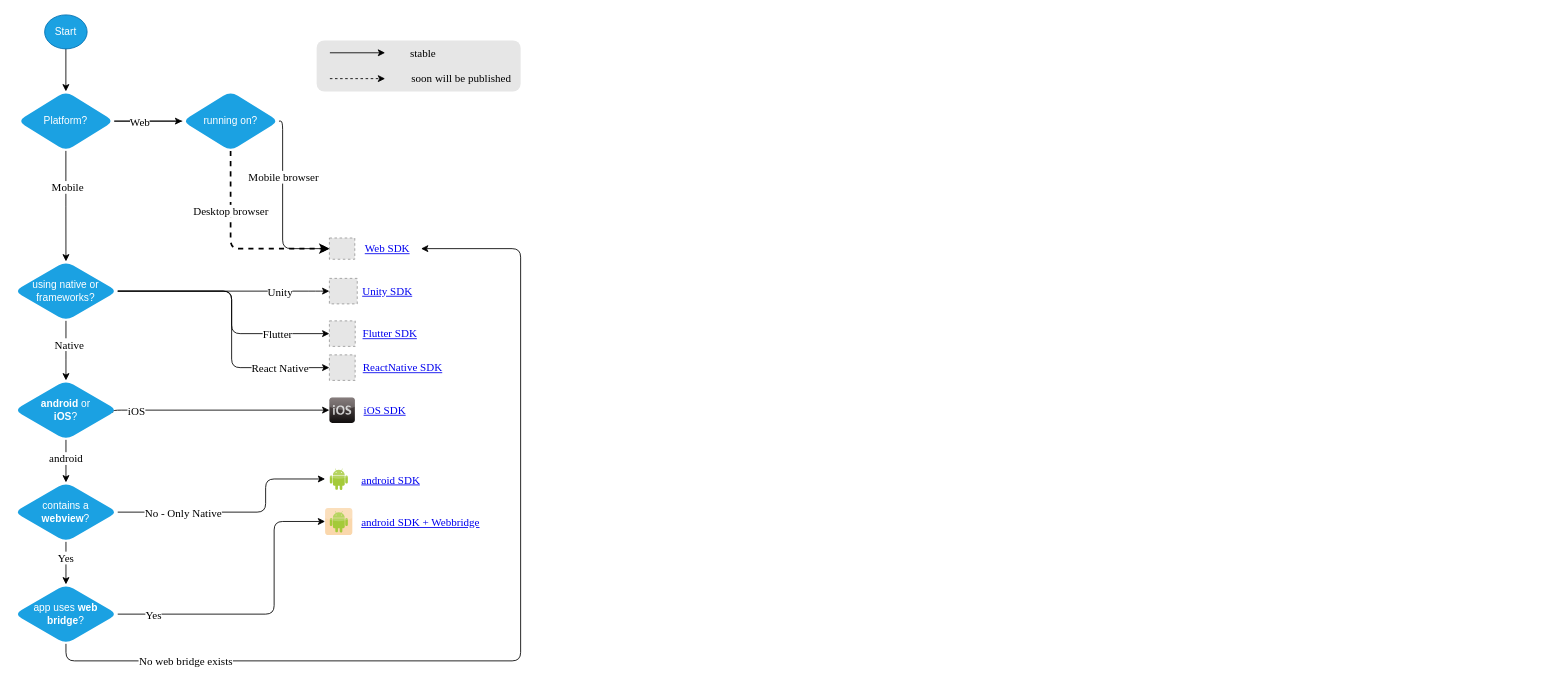
Earlier version of the draw.io diagram files/sdk-selection-diagram.drawio (adtrace/AdTrace-Home). Source tidied: cells renumbered, new cells numbered last; positions are measured from the earlier drawing's top-left corner, leaving out a move shared by most shapes. Both pictures are drawn from the tidied source at 85%, with x=0, y=0 at pixel (14, 14). Pictures stored in the file or linked from it are replaced by grey dashed boxes.
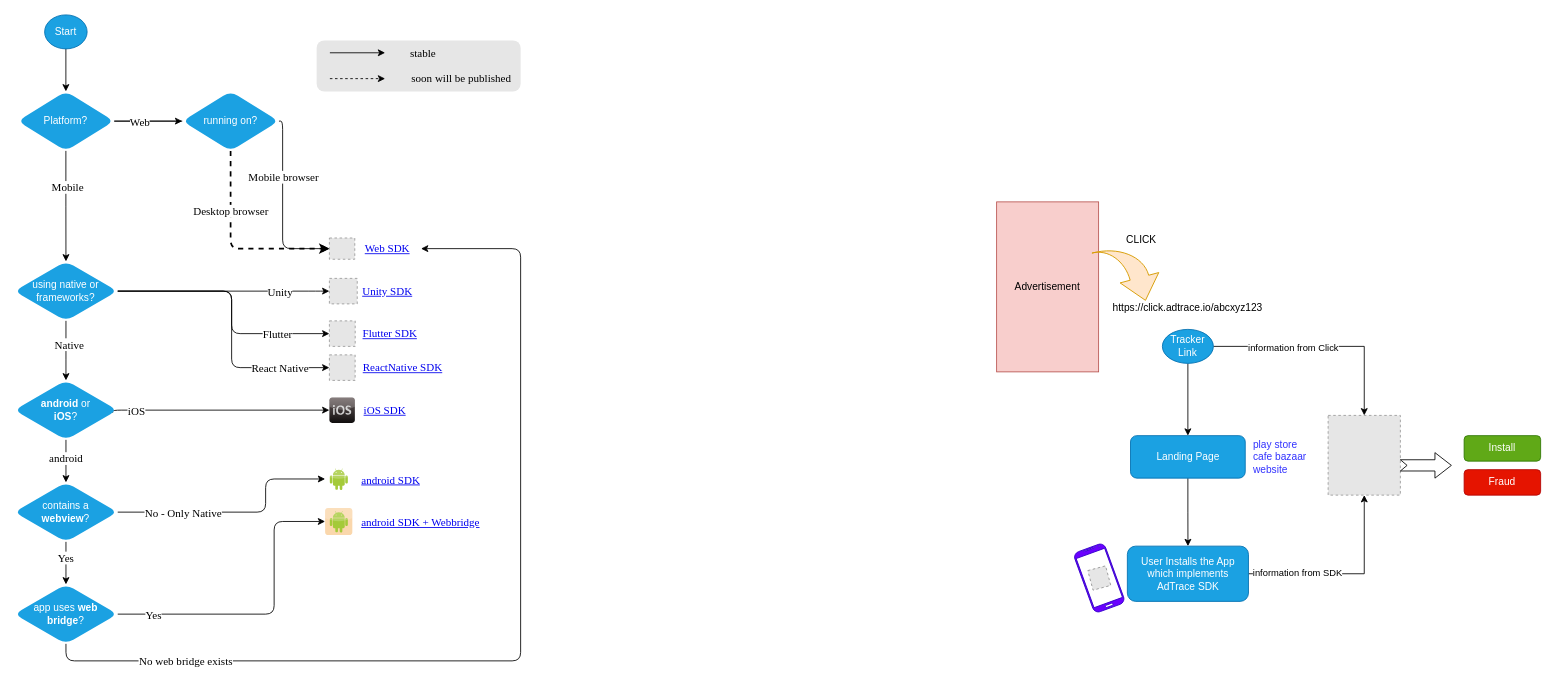
Above is the later version.

Commit message:
Update diagram for tracker

What changed in the source:
```diff
@@
+    <mxCell id="65" style="edgeStyle=orthogonalEdgeStyle;rounded=0;jettySize=auto;html=1;" parent="1" edge="1" source="68" target="74">
+      <mxGeometry relative="1" as="geometry" />
+    </mxCell>
+    <mxCell id="66" style="edgeStyle=orthogonalEdgeStyle;rounded=0;jettySize=auto;html=1;fontColor=#3333FF;" parent="1" edge="1" source="68" target="79">
+      <mxGeometry relative="1" as="geometry" />
+    </mxCell>
+    <mxCell id="67" value="information from Click" style="edgeLabel;html=1;align=center;verticalAlign=middle;fontColor=#000000;" parent="66" vertex="1">
+      <mxGeometry x="-0.28" y="-1" relative="1" as="geometry" />
+    </mxCell>
+    <mxCell id="68" value="Tracker Link" style="ellipse;whiteSpace=wrap;html=1;fillColor=#1ba1e2;fontColor=#ffffff;strokeColor=#006EAF;" parent="1" vertex="1">
+      <mxGeometry x="1351" y="370" width="60" height="40" as="geometry" />
+    </mxCell>
+    <mxCell id="69" value="Advertisement" style="rounded=0;whiteSpace=wrap;html=1;fillColor=#f8cecc;strokeColor=#b85450;" parent="1" vertex="1">
+      <mxGeometry x="1156" y="220" width="120" height="200" as="geometry" />
+    </mxCell>
+    <mxCell id="70" value="https://click.adtrace.io/abcxyz123" style="text;html=1;strokeColor=none;fillColor=none;align=center;verticalAlign=middle;whiteSpace=wrap;rounded=0;" parent="1" vertex="1">
+      <mxGeometry x="1276" y="330" width="210" height="30" as="geometry" />
+    </mxCell>
+    <mxCell id="71" style="html=1;shadow=0;dashed=0;align=center;verticalAlign=middle;shape=mxgraph.arrows2.jumpInArrow;dy=11.27;dx=27.54;arrowHead=47.07;rotation=75;fillColor=#ffe6cc;strokeColor=#d79b00;" parent="1" vertex="1">
+      <mxGeometry x="1276" y="270" width="70" height="70" as="geometry" />
+    </mxCell>
+    <mxCell id="72" value="CLICK" style="text;html=1;align=center;verticalAlign=middle;strokeColor=none;fillColor=none;" parent="1" vertex="1">
+      <mxGeometry x="1296" y="250" width="60" height="30" as="geometry" />
+    </mxCell>
+    <mxCell id="73" style="edgeStyle=orthogonalEdgeStyle;rounded=0;jettySize=auto;html=1;fontColor=#3333FF;" parent="1" edge="1" source="74" target="78">
+      <mxGeometry relative="1" as="geometry" />
+    </mxCell>
+    <mxCell id="74" value="Landing Page" style="rounded=1;whiteSpace=wrap;html=1;fillColor=#1ba1e2;strokeColor=#006EAF;fontColor=#ffffff;" parent="1" vertex="1">
+      <mxGeometry x="1313.5" y="495" width="135" height="50" as="geometry" />
+    </mxCell>
+    <mxCell id="75" value="&lt;div&gt;play store&lt;/div&gt;&lt;div&gt;cafe bazaar&lt;/div&gt;&lt;div&gt;website&lt;br&gt;&lt;/div&gt;" style="text;html=1;strokeColor=none;fillColor=none;align=left;verticalAlign=middle;whiteSpace=wrap;rounded=0;fontColor=#3333FF;" parent="1" vertex="1">
+      <mxGeometry x="1456" y="490" width="77.5" height="60" as="geometry" />
+    </mxCell>
+    <mxCell id="76" style="edgeStyle=orthogonalEdgeStyle;rounded=0;jettySize=auto;html=1;fontColor=#3333FF;" parent="1" edge="1" source="78" target="79">
+      <mxGeometry relative="1" as="geometry" />
+    </mxCell>
+    <mxCell id="77" value="information from SDK" style="edgeLabel;html=1;align=center;verticalAlign=middle;fontColor=#000000;" parent="76" vertex="1">
+      <mxGeometry x="-0.5" y="1" relative="1" as="geometry" />
+    </mxCell>
+    <mxCell id="78" value="User Installs the App which implements AdTrace SDK" style="rounded=1;whiteSpace=wrap;html=1;fillColor=#1ba1e2;strokeColor=#006EAF;fontColor=#ffffff;" parent="1" vertex="1">
+      <mxGeometry x="1309.8" y="625" width="142.5" height="65" as="geometry" />
+    </mxCell>
+    <mxCell id="79" style="fillColor=#E6E6E6;strokeColor=#999999;dashed=1;verticalLabelPosition=bottom;labelBackgroundColor=default;verticalAlign=top;" parent="1" vertex="1">
+      <mxGeometry x="1546" y="471.2" width="85" height="93.8" as="geometry" />
+    </mxCell>
+    <mxCell id="80" value="Install" style="rounded=1;whiteSpace=wrap;html=1;labelBackgroundColor=none;fontColor=#ffffff;fillColor=#60a917;strokeColor=#2D7600;" parent="1" vertex="1">
+      <mxGeometry x="1706" y="495" width="90" height="30" as="geometry" />
+    </mxCell>
+    <mxCell id="81" value="Fraud" style="rounded=1;whiteSpace=wrap;html=1;labelBackgroundColor=none;fontColor=#ffffff;fillColor=#e51400;strokeColor=#B20000;" parent="1" vertex="1">
+      <mxGeometry x="1706" y="535" width="90" height="30" as="geometry" />
+    </mxCell>
+    <mxCell id="82" style="html=1;shadow=0;dashed=0;align=center;verticalAlign=middle;shape=mxgraph.arrows2.arrow;dy=0.56;dx=19.33;notch=7.9;labelBackgroundColor=none;fontColor=#FFFFFF;" parent="1" vertex="1">
+      <mxGeometry x="1631" y="515" width="60" height="30" as="geometry" />
+    </mxCell>
+    <mxCell id="83" style="verticalLabelPosition=bottom;verticalAlign=top;html=1;shadow=0;dashed=0;strokeWidth=1;shape=mxgraph.android.phone2;strokeColor=#3700CC;labelBackgroundColor=none;fontColor=#ffffff;fillColor=#6a00ff;rotation=-20;" parent="1" vertex="1">
+      <mxGeometry x="1257.5" y="625" width="38.5" height="75" as="geometry" />
+    </mxCell>
+    <mxCell id="84" style="fillColor=#E6E6E6;strokeColor=#999999;dashed=1;verticalLabelPosition=bottom;labelBackgroundColor=default;verticalAlign=top;rotation=-15;" parent="1" vertex="1">
+      <mxGeometry x="1266" y="650.6" width="21.6" height="23.8" as="geometry" />
+    </mxCell>
```
